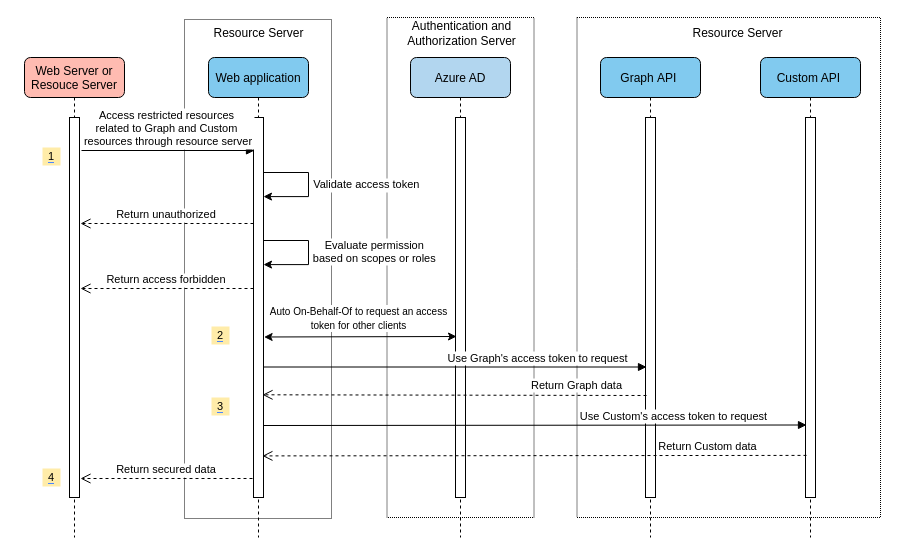
Before: sdk/spring/azure-spring-boot-starter-active-directory/resource/source-file/add-based-resource-server-access-other-resources.drawio in Azure/azure-sdk-for-java, a draw.io diagram. Source tidied: cells renumbered, new cells numbered last; positions are measured from the earlier drawing's top-left corner, leaving out a move shared by most shapes. Both pictures are drawn from the tidied source at 100%, with x=0, y=0 at pixel (24, 17).
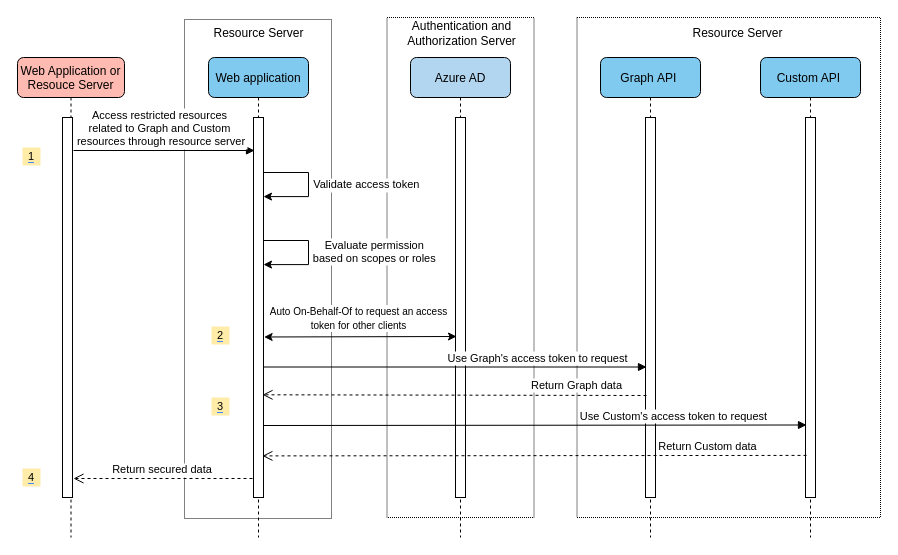
The same diagram, later.

Diff of the diagram source:
```diff
@@
-    <mxCell id="5" value="Web Server or &#10;Resouce Server" style="shape=umlLifeline;perimeter=lifelinePerimeter;rounded=1;shadow=0;strokeWidth=1;fillColor=#FFBBB1;" parent="1" vertex="1">
-      <mxGeometry y="40" width="100" height="480" as="geometry" />
+    <mxCell id="5" value="Web Application or &#10;Resouce Server" style="shape=umlLifeline;perimeter=lifelinePerimeter;rounded=1;shadow=0;strokeWidth=1;fillColor=#FFBBB1;" parent="1" vertex="1">
+      <mxGeometry x="-7" y="40" width="107" height="480" as="geometry" />
     </mxCell>
@@
     <mxCell id="11" value="Return secured data" style="verticalAlign=bottom;endArrow=open;dashed=1;endSize=8;exitX=0;exitY=0.95;shadow=0;strokeWidth=1;fontSize=11;" parent="1" edge="1">
       <mxGeometry relative="1" as="geometry">
         <mxPoint x="228" y="461" as="sourcePoint" />
-        <mxPoint x="56" y="461" as="targetPoint" />
+        <mxPoint x="49" y="461" as="targetPoint" />
       </mxGeometry>
     </mxCell>
-    <mxCell id="12" value="Access restricted resources &#10;related to Graph and Custom &#10;resources through resource server" style="verticalAlign=bottom;endArrow=block;shadow=0;strokeWidth=1;fontSize=11;" parent="1" edge="1">
+    <mxCell id="12" value="Access restricted resources &#10;related to Graph and Custom &#10;resources through resource server" style="verticalAlign=bottom;endArrow=block;shadow=0;strokeWidth=1;fontSize=11;spacingRight=6;" parent="1" edge="1">
       <mxGeometry relative="1" as="geometry">
-        <mxPoint x="57" y="133" as="sourcePoint" />
+        <mxPoint x="49" y="133" as="sourcePoint" />
         <mxPoint x="230" y="133" as="targetPoint" />
       </mxGeometry>
     </mxCell>
@@
     <mxCell id="17" value="&lt;span style=&quot;background-color: rgb(255, 236, 169); font-size: 11px;&quot;&gt;1&lt;/span&gt;" style="rounded=0;whiteSpace=wrap;html=1;labelBackgroundColor=#4A86FF;fillColor=#FFECA9;strokeColor=none;fontSize=11;" parent="1" vertex="1">
-      <mxGeometry x="18" y="130" width="18" height="18" as="geometry" />
+      <mxGeometry x="-2" y="130" width="18" height="18" as="geometry" />
     </mxCell>
@@
     <mxCell id="22" value="&lt;span style=&quot;background-color: rgb(255, 236, 169); font-size: 11px;&quot;&gt;4&lt;/span&gt;" style="rounded=0;whiteSpace=wrap;html=1;labelBackgroundColor=#4A86FF;fillColor=#FFECA9;strokeColor=none;fontSize=11;" parent="1" vertex="1">
-      <mxGeometry x="18" y="451" width="18" height="18" as="geometry" />
+      <mxGeometry x="-2" y="451" width="18" height="18" as="geometry" />
     </mxCell>
@@
-    <mxCell id="31" value="Return unauthorized" style="verticalAlign=bottom;endArrow=open;dashed=1;endSize=8;exitX=0;exitY=0.95;shadow=0;strokeWidth=1;fontSize=11;" parent="1" edge="1">
-      <mxGeometry relative="1" as="geometry">
-        <mxPoint x="229" y="206" as="sourcePoint" />
-        <mxPoint x="56" y="206" as="targetPoint" />
-      </mxGeometry>
-    </mxCell>
@@
-    <mxCell id="35" value="Return access forbidden" style="verticalAlign=bottom;endArrow=open;dashed=1;endSize=8;exitX=0;exitY=0.95;shadow=0;strokeWidth=1;fontSize=11;" parent="1" edge="1">
-      <mxGeometry relative="1" as="geometry">
-        <mxPoint x="229" y="271" as="sourcePoint" />
-        <mxPoint x="56" y="271" as="targetPoint" />
-      </mxGeometry>
-    </mxCell>
```
